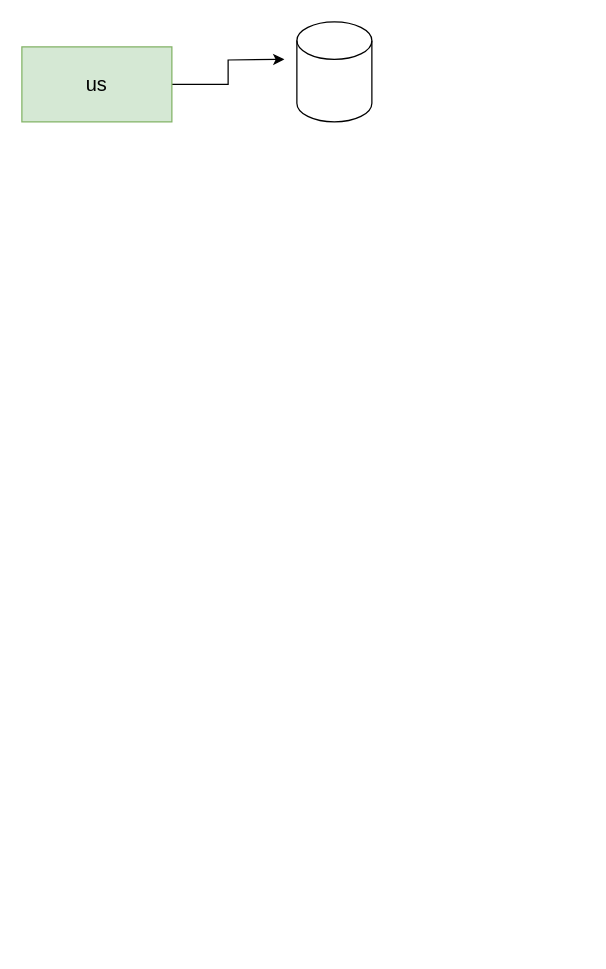
Above: reshma.drawio in reshma449/system_design- (draw.io), before the change. Source tidied: cells renumbered, new cells numbered last; positions are measured from the earlier drawing's top-left corner, leaving out a move shared by most shapes. Both pictures are drawn from the tidied source at 125%, with x=0, y=0 at pixel (21, 21).
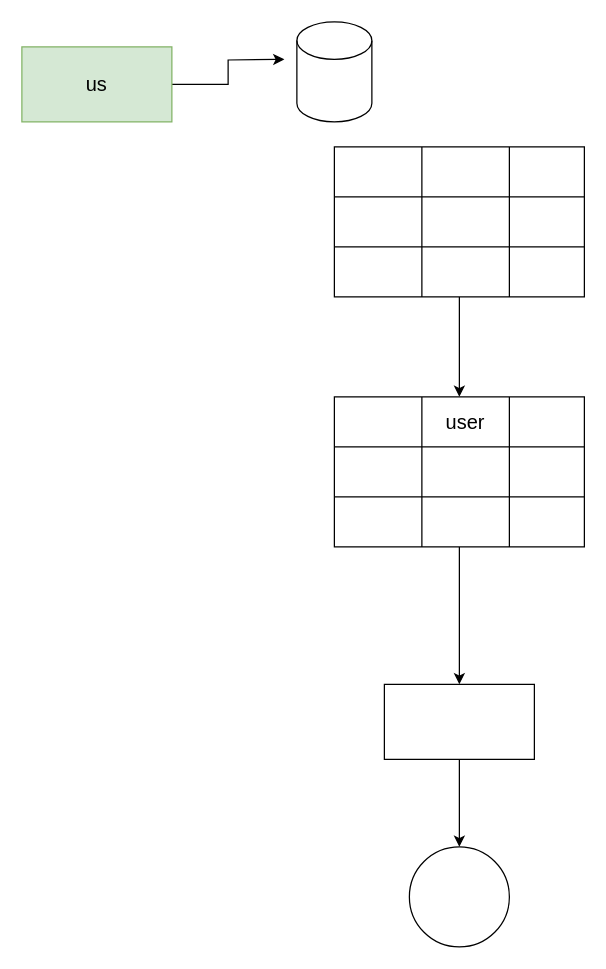
The same page after the edit.

Diff of the diagram source:
```diff
@@
+    <mxCell id="5" style="edgeStyle=orthogonalEdgeStyle;rounded=0;jettySize=auto;html=1;" parent="1" edge="1" source="6" target="20">
+      <mxGeometry relative="1" as="geometry" />
+    </mxCell>
+    <mxCell id="6" style="shape=table;startSize=0;childLayout=tableLayout;fontSize=16;" parent="1" vertex="1">
+      <mxGeometry x="250" y="100" width="200" height="120" as="geometry" />
+    </mxCell>
+    <mxCell id="7" style="shape=tableRow;horizontal=0;startSize=0;swimlaneHead=0;swimlaneBody=0;strokeColor=inherit;top=0;left=0;bottom=0;right=0;fillColor=none;fontSize=16;" parent="6" vertex="1">
+      <mxGeometry width="200" height="40" as="geometry" />
+    </mxCell>
+    <mxCell id="8" style="shape=partialRectangle;html=1;whiteSpace=wrap;strokeColor=inherit;overflow=hidden;fillColor=none;top=0;left=0;bottom=0;right=0;fontSize=16;" parent="7" vertex="1">
+      <mxGeometry width="70" height="40" as="geometry" />
+    </mxCell>
+    <mxCell id="9" style="shape=partialRectangle;html=1;whiteSpace=wrap;strokeColor=inherit;overflow=hidden;fillColor=none;top=0;left=0;bottom=0;right=0;fontSize=16;" parent="7" vertex="1">
+      <mxGeometry x="70" width="70" height="40" as="geometry" />
+    </mxCell>
+    <mxCell id="10" style="shape=partialRectangle;html=1;whiteSpace=wrap;strokeColor=inherit;overflow=hidden;fillColor=none;top=0;left=0;bottom=0;right=0;fontSize=16;" parent="7" vertex="1">
+      <mxGeometry x="140" width="60" height="40" as="geometry" />
+    </mxCell>
+    <mxCell id="11" style="shape=tableRow;horizontal=0;startSize=0;swimlaneHead=0;swimlaneBody=0;strokeColor=inherit;top=0;left=0;bottom=0;right=0;fillColor=none;fontSize=16;" parent="6" vertex="1">
+      <mxGeometry y="40" width="200" height="40" as="geometry" />
+    </mxCell>
+    <mxCell id="12" style="shape=partialRectangle;html=1;whiteSpace=wrap;strokeColor=inherit;overflow=hidden;fillColor=none;top=0;left=0;bottom=0;right=0;fontSize=16;" parent="11" vertex="1">
+      <mxGeometry width="70" height="40" as="geometry" />
+    </mxCell>
+    <mxCell id="13" style="shape=partialRectangle;html=1;whiteSpace=wrap;strokeColor=inherit;overflow=hidden;fillColor=none;top=0;left=0;bottom=0;right=0;fontSize=16;" parent="11" vertex="1">
+      <mxGeometry x="70" width="70" height="40" as="geometry" />
+    </mxCell>
+    <mxCell id="14" style="shape=partialRectangle;html=1;whiteSpace=wrap;strokeColor=inherit;overflow=hidden;fillColor=none;top=0;left=0;bottom=0;right=0;fontSize=16;" parent="11" vertex="1">
+      <mxGeometry x="140" width="60" height="40" as="geometry" />
+    </mxCell>
+    <mxCell id="15" style="shape=tableRow;horizontal=0;startSize=0;swimlaneHead=0;swimlaneBody=0;strokeColor=inherit;top=0;left=0;bottom=0;right=0;fillColor=none;fontSize=16;" parent="6" vertex="1">
+      <mxGeometry y="80" width="200" height="40" as="geometry" />
+    </mxCell>
+    <mxCell id="16" style="shape=partialRectangle;html=1;whiteSpace=wrap;strokeColor=inherit;overflow=hidden;fillColor=none;top=0;left=0;bottom=0;right=0;fontSize=16;" parent="15" vertex="1">
+      <mxGeometry width="70" height="40" as="geometry" />
+    </mxCell>
+    <mxCell id="17" style="shape=partialRectangle;html=1;whiteSpace=wrap;strokeColor=inherit;overflow=hidden;fillColor=none;top=0;left=0;bottom=0;right=0;fontSize=16;" parent="15" vertex="1">
+      <mxGeometry x="70" width="70" height="40" as="geometry" />
+    </mxCell>
+    <mxCell id="18" style="shape=partialRectangle;html=1;whiteSpace=wrap;strokeColor=inherit;overflow=hidden;fillColor=none;top=0;left=0;bottom=0;right=0;fontSize=16;" parent="15" vertex="1">
+      <mxGeometry x="140" width="60" height="40" as="geometry" />
+    </mxCell>
+    <mxCell id="19" style="edgeStyle=orthogonalEdgeStyle;rounded=0;jettySize=auto;html=1;" parent="1" edge="1" source="20" target="34">
+      <mxGeometry relative="1" as="geometry" />
+    </mxCell>
+    <mxCell id="20" style="shape=table;startSize=0;childLayout=tableLayout;fontSize=16;" parent="1" vertex="1">
+      <mxGeometry x="250" y="300" width="200" height="120" as="geometry" />
+    </mxCell>
+    <mxCell id="21" style="shape=tableRow;horizontal=0;startSize=0;swimlaneHead=0;swimlaneBody=0;strokeColor=inherit;top=0;left=0;bottom=0;right=0;fillColor=none;fontSize=16;" parent="20" vertex="1">
+      <mxGeometry width="200" height="40" as="geometry" />
+    </mxCell>
+    <mxCell id="22" style="shape=partialRectangle;html=1;whiteSpace=wrap;strokeColor=inherit;overflow=hidden;fillColor=none;top=0;left=0;bottom=0;right=0;fontSize=16;" parent="21" vertex="1">
+      <mxGeometry width="70" height="40" as="geometry" />
+    </mxCell>
+    <mxCell id="23" value="user" style="shape=partialRectangle;html=1;whiteSpace=wrap;strokeColor=inherit;overflow=hidden;fillColor=none;top=0;left=0;bottom=0;right=0;fontSize=16;" parent="21" vertex="1">
+      <mxGeometry x="70" width="70" height="40" as="geometry" />
+    </mxCell>
+    <mxCell id="24" style="shape=partialRectangle;html=1;whiteSpace=wrap;strokeColor=inherit;overflow=hidden;fillColor=none;top=0;left=0;bottom=0;right=0;fontSize=16;" parent="21" vertex="1">
+      <mxGeometry x="140" width="60" height="40" as="geometry" />
+    </mxCell>
+    <mxCell id="25" style="shape=tableRow;horizontal=0;startSize=0;swimlaneHead=0;swimlaneBody=0;strokeColor=inherit;top=0;left=0;bottom=0;right=0;fillColor=none;fontSize=16;" parent="20" vertex="1">
+      <mxGeometry y="40" width="200" height="40" as="geometry" />
+    </mxCell>
+    <mxCell id="26" style="shape=partialRectangle;html=1;whiteSpace=wrap;strokeColor=inherit;overflow=hidden;fillColor=none;top=0;left=0;bottom=0;right=0;fontSize=16;" parent="25" vertex="1">
+      <mxGeometry width="70" height="40" as="geometry" />
+    </mxCell>
+    <mxCell id="27" style="shape=partialRectangle;html=1;whiteSpace=wrap;strokeColor=inherit;overflow=hidden;fillColor=none;top=0;left=0;bottom=0;right=0;fontSize=16;" parent="25" vertex="1">
+      <mxGeometry x="70" width="70" height="40" as="geometry" />
+    </mxCell>
+    <mxCell id="28" style="shape=partialRectangle;html=1;whiteSpace=wrap;strokeColor=inherit;overflow=hidden;fillColor=none;top=0;left=0;bottom=0;right=0;fontSize=16;" parent="25" vertex="1">
+      <mxGeometry x="140" width="60" height="40" as="geometry" />
+    </mxCell>
+    <mxCell id="29" style="shape=tableRow;horizontal=0;startSize=0;swimlaneHead=0;swimlaneBody=0;strokeColor=inherit;top=0;left=0;bottom=0;right=0;fillColor=none;fontSize=16;" parent="20" vertex="1">
+      <mxGeometry y="80" width="200" height="40" as="geometry" />
+    </mxCell>
+    <mxCell id="30" style="shape=partialRectangle;html=1;whiteSpace=wrap;strokeColor=inherit;overflow=hidden;fillColor=none;top=0;left=0;bottom=0;right=0;fontSize=16;" parent="29" vertex="1">
+      <mxGeometry width="70" height="40" as="geometry" />
+    </mxCell>
+    <mxCell id="31" style="shape=partialRectangle;html=1;whiteSpace=wrap;strokeColor=inherit;overflow=hidden;fillColor=none;top=0;left=0;bottom=0;right=0;fontSize=16;" parent="29" vertex="1">
+      <mxGeometry x="70" width="70" height="40" as="geometry" />
+    </mxCell>
+    <mxCell id="32" style="shape=partialRectangle;html=1;whiteSpace=wrap;strokeColor=inherit;overflow=hidden;fillColor=none;top=0;left=0;bottom=0;right=0;fontSize=16;" parent="29" vertex="1">
+      <mxGeometry x="140" width="60" height="40" as="geometry" />
+    </mxCell>
+    <mxCell id="33" style="edgeStyle=orthogonalEdgeStyle;rounded=0;jettySize=auto;html=1;" parent="1" edge="1" source="34" target="35">
+      <mxGeometry relative="1" as="geometry" />
+    </mxCell>
+    <mxCell id="34" style="whiteSpace=wrap;html=1;fontSize=16;startSize=0;" parent="1" vertex="1">
+      <mxGeometry x="290" y="530" width="120" height="60" as="geometry" />
+    </mxCell>
+    <mxCell id="35" style="ellipse;whiteSpace=wrap;html=1;fontSize=16;startSize=0;" parent="1" vertex="1">
+      <mxGeometry x="310" y="660" width="80" height="80" as="geometry" />
+    </mxCell>
```
